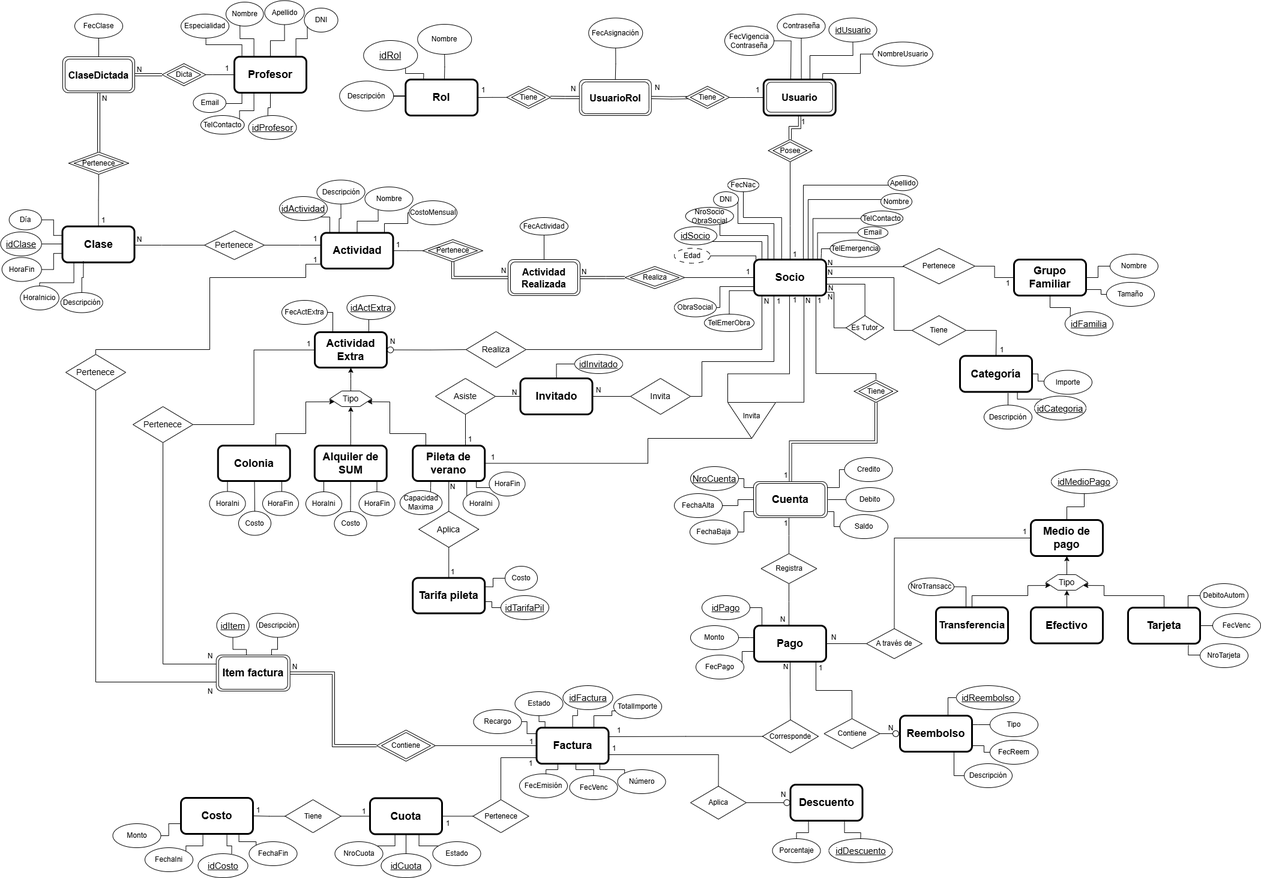
Above: DER.png in hernanferreras/Grupo6 (draw.io), before the change. Source tidied: cells renumbered, new cells last; positions are measured from the earlier drawing's top-left corner, leaving out a move shared by most shapes.
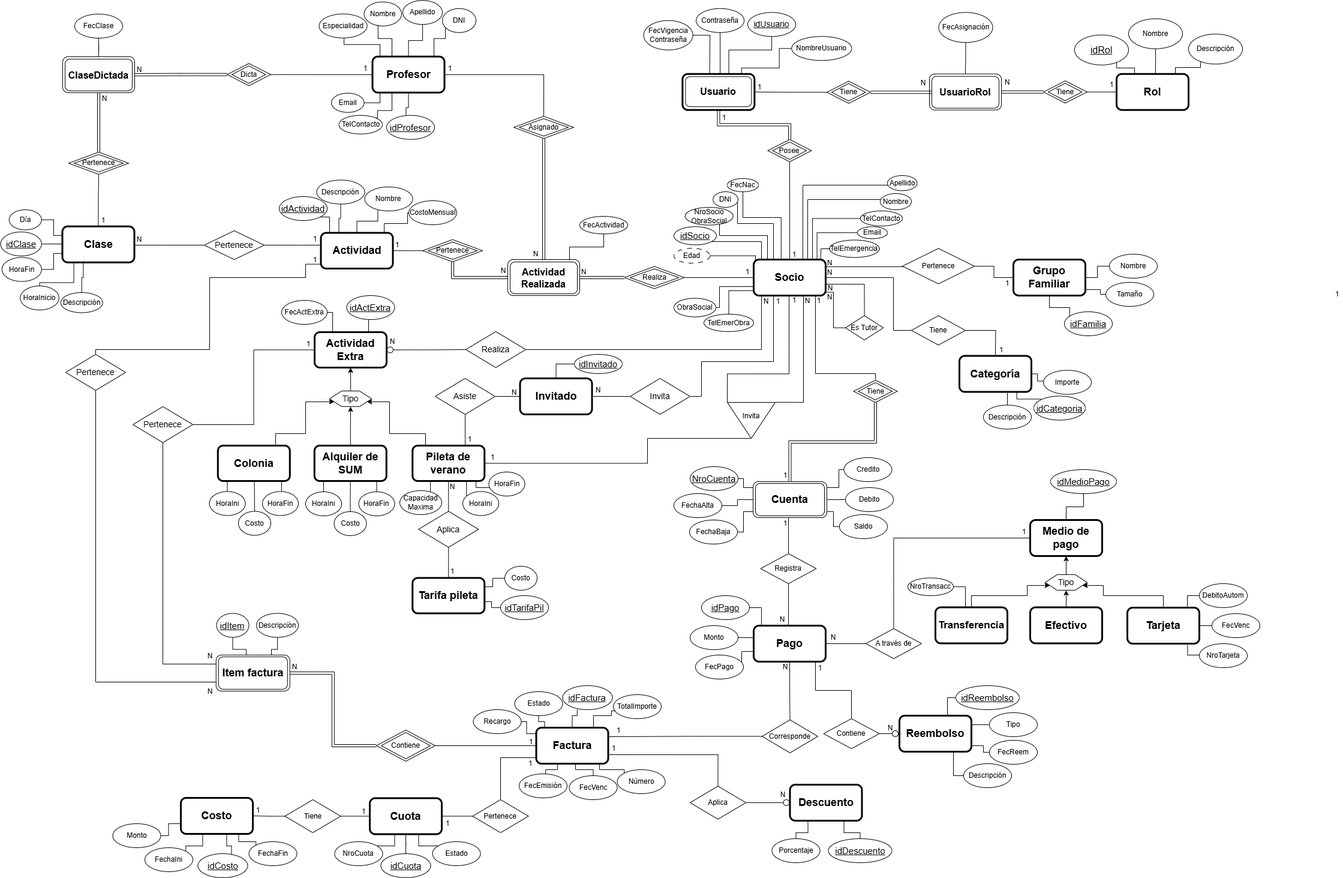
After the change.

What changed in the source:
```diff
@@ -4,24 +4,32 @@
     <mxCell id="1" parent="0" />
-    <mxCell id="2" style="edgeStyle=orthogonalEdgeStyle;rounded=0;jettySize=auto;html=1;entryX=1;entryY=0.5;entryDx=0;entryDy=0;endArrow=none;startFill=0;" parent="1" edge="1" source="3">
-      <mxGeometry relative="1" as="geometry">
-        <mxPoint x="1209.3" y="162" as="targetPoint" />
-      </mxGeometry>
-    </mxCell>
     <mxCell id="3" value="Usuario" style="rounded=1;whiteSpace=wrap;html=1;fontSize=18;strokeWidth=3;fontStyle=1;" parent="1" vertex="1">
-      <mxGeometry x="1270.8" y="132" width="120" height="60" as="geometry" />
+      <mxGeometry x="1136.4" y="122.8" width="120" height="60" as="geometry" />
     </mxCell>
+    <mxCell id="382" style="edgeStyle=orthogonalEdgeStyle;rounded=0;jettySize=auto;html=1;endArrow=none;startFill=0;" parent="1" edge="1" source="4">
+      <mxGeometry relative="1" as="geometry">
+        <mxPoint x="2000" y="102" as="targetPoint" />
+        <Array as="points">
+          <mxPoint x="1958" y="112" />
+          <mxPoint x="2000" y="112" />
+          <mxPoint x="2000" y="105" />
+        </Array>
+      </mxGeometry>
+    </mxCell>
+    <mxCell id="383" style="edgeStyle=orthogonalEdgeStyle;rounded=0;jettySize=auto;html=1;entryX=1;entryY=0.5;entryDx=0;entryDy=0;endArrow=none;startFill=0;" parent="1" edge="1" source="4" target="391">
+      <mxGeometry relative="1" as="geometry" />
+    </mxCell>
     <mxCell id="4" value="Rol" style="rounded=1;whiteSpace=wrap;html=1;fontSize=18;strokeWidth=3;fontStyle=1;" parent="1" vertex="1">
-      <mxGeometry x="674.2" y="132" width="120" height="60" as="geometry" />
+      <mxGeometry x="1860" y="122.8" width="120" height="60" as="geometry" />
     </mxCell>
     <mxCell id="5" value="N" style="text;html=1;align=center;verticalAlign=middle;whiteSpace=wrap;rounded=0;" parent="1" vertex="1">
-      <mxGeometry x="943.8" y="137.5" width="20" height="20" as="geometry" />
+      <mxGeometry x="1528" y="128.2" width="20" height="20" as="geometry" />
     </mxCell>
     <mxCell id="6" value="N" style="text;html=1;align=center;verticalAlign=middle;whiteSpace=wrap;rounded=0;" parent="1" vertex="1">
-      <mxGeometry x="1083.8" y="136" width="20" height="20" as="geometry" />
+      <mxGeometry x="1668" y="126.8" width="20" height="20" as="geometry" />
     </mxCell>
     <mxCell id="7" value="&lt;span&gt;FecVigencia&lt;/span&gt;&lt;div&gt;&lt;span&gt;Contraseña&lt;/span&gt;&lt;/div&gt;" style="ellipse;whiteSpace=wrap;html=1;fontSize=12;" parent="1" vertex="1">
-      <mxGeometry x="1206" y="43" width="82" height="49" as="geometry" />
+      <mxGeometry x="1071.6" y="33.8" width="82" height="49" as="geometry" />
     </mxCell>
     <mxCell id="8" value="Contraseña" style="ellipse;whiteSpace=wrap;html=1;fontSize=12;" parent="1" vertex="1">
-      <mxGeometry x="1293.5" y="23" width="80" height="40" as="geometry" />
+      <mxGeometry x="1159.1" y="13.8" width="80" height="40" as="geometry" />
     </mxCell>
@@ -30,5 +38,5 @@
         <Array as="points">
-          <mxPoint x="1432" y="90" />
-          <mxPoint x="1432" y="122" />
-          <mxPoint x="1369" y="122" />
+          <mxPoint x="1297.6" y="80.8" />
+          <mxPoint x="1297.6" y="112.8" />
+          <mxPoint x="1234.6" y="112.8" />
         </Array>
@@ -37,3 +45,3 @@
     <mxCell id="10" value="NombreUsuario" style="ellipse;whiteSpace=wrap;html=1;fontSize=12;" parent="1" vertex="1">
-      <mxGeometry x="1452.8" y="69.5" width="100" height="40" as="geometry" />
+      <mxGeometry x="1318.4" y="60.2" width="100" height="40" as="geometry" />
     </mxCell>
@@ -41,6 +49,6 @@
       <mxGeometry relative="1" as="geometry">
-        <mxPoint x="1348" y="131" as="targetPoint" />
+        <mxPoint x="1213.6" y="121.8" as="targetPoint" />
         <Array as="points">
-          <mxPoint x="1419" y="92" />
-          <mxPoint x="1348" y="92" />
+          <mxPoint x="1284.6" y="82.8" />
+          <mxPoint x="1213.6" y="82.8" />
         </Array>
@@ -49,3 +57,3 @@
     <mxCell id="12" value="&lt;font style=&quot;font-size: 14px;&quot;&gt;&lt;u&gt;idUsuario&lt;/u&gt;&lt;/font&gt;" style="ellipse;whiteSpace=wrap;html=1;fontSize=12;" parent="1" vertex="1">
-      <mxGeometry x="1379.5" y="29.5" width="80" height="40" as="geometry" />
+      <mxGeometry x="1245.1" y="20.2" width="80" height="40" as="geometry" />
     </mxCell>
@@ -54,3 +62,3 @@
         <Array as="points">
-          <mxPoint x="1334" y="132" />
+          <mxPoint x="1199.6" y="122.8" />
         </Array>
@@ -60,3 +68,3 @@
       <mxGeometry relative="1" as="geometry">
-        <mxPoint x="1316" y="131" as="targetPoint" />
+        <mxPoint x="1181.6" y="121.8" as="targetPoint" />
       </mxGeometry>
@@ -66,5 +74,5 @@
         <Array as="points">
-          <mxPoint x="674.2" y="110" />
-          <mxPoint x="674.2" y="122" />
-          <mxPoint x="704.2" y="122" />
+          <mxPoint x="1860" y="100.8" />
+          <mxPoint x="1860" y="112.8" />
+          <mxPoint x="1890" y="112.8" />
         </Array>
@@ -73,9 +81,9 @@
     <mxCell id="16" value="&lt;font style=&quot;font-size: 16px;&quot;&gt;&lt;u&gt;idRol&lt;/u&gt;&lt;/font&gt;" style="ellipse;whiteSpace=wrap;html=1;fontSize=12;" parent="1" vertex="1">
-      <mxGeometry x="604.2" y="67" width="90" height="50" as="geometry" />
+      <mxGeometry x="1790" y="57.8" width="90" height="50" as="geometry" />
     </mxCell>
     <mxCell id="17" value="Nombre" style="ellipse;whiteSpace=wrap;html=1;fontSize=12;" parent="1" vertex="1">
-      <mxGeometry x="694.2" y="40" width="90" height="50" as="geometry" />
+      <mxGeometry x="1880" y="30.8" width="90" height="50" as="geometry" />
     </mxCell>
     <mxCell id="18" value="Descripción" style="ellipse;whiteSpace=wrap;html=1;fontSize=12;" parent="1" vertex="1">
-      <mxGeometry x="564.2" y="134.5" width="90" height="50" as="geometry" />
+      <mxGeometry x="1980" y="56.2" width="90" height="50" as="geometry" />
     </mxCell>
@@ -84,16 +92,10 @@
     </mxCell>
-    <mxCell id="20" style="edgeStyle=orthogonalEdgeStyle;rounded=0;jettySize=auto;html=1;entryX=0;entryY=0.458;entryDx=0;entryDy=0;entryPerimeter=0;endArrow=none;startFill=0;" parent="1" edge="1" source="18" target="4">
-      <mxGeometry relative="1" as="geometry" />
-    </mxCell>
-    <mxCell id="21" style="edgeStyle=orthogonalEdgeStyle;rounded=0;jettySize=auto;html=1;entryX=1;entryY=0.5;entryDx=0;entryDy=0;endArrow=none;startFill=0;shape=link;" parent="1" edge="1" source="22" target="110">
-      <mxGeometry relative="1" as="geometry" />
-    </mxCell>
     <mxCell id="22" style="rounded=1;whiteSpace=wrap;html=1;strokeWidth=1;strokeColor=default;" parent="1" vertex="1">
-      <mxGeometry x="963.8" y="132" width="120" height="60" as="geometry" />
+      <mxGeometry x="1548" y="122.8" width="120" height="60" as="geometry" />
     </mxCell>
     <mxCell id="23" value="1" style="text;html=1;align=center;verticalAlign=middle;whiteSpace=wrap;rounded=0;" parent="1" vertex="1">
-      <mxGeometry x="794.2" y="139.5" width="20" height="20" as="geometry" />
+      <mxGeometry x="1842" y="130.8" width="20" height="20" as="geometry" />
     </mxCell>
     <mxCell id="24" value="1" style="text;html=1;align=center;verticalAlign=middle;whiteSpace=wrap;rounded=0;" parent="1" vertex="1">
-      <mxGeometry x="1250.8" y="139.5" width="20" height="20" as="geometry" />
+      <mxGeometry x="2218" y="480" width="20" height="20" as="geometry" />
     </mxCell>
@@ -103,6 +105,9 @@
     <mxCell id="26" value="FecAsignación" style="ellipse;whiteSpace=wrap;html=1;fontSize=12;" parent="1" vertex="1">
-      <mxGeometry x="979.2" y="29.5" width="90" height="50" as="geometry" />
+      <mxGeometry x="1563.5" y="20.2" width="90" height="50" as="geometry" />
     </mxCell>
+    <mxCell id="384" style="edgeStyle=orthogonalEdgeStyle;rounded=0;jettySize=auto;html=1;entryX=1;entryY=0.5;entryDx=0;entryDy=0;endArrow=none;startFill=0;shape=link;" parent="1" edge="1" source="27" target="113">
+      <mxGeometry relative="1" as="geometry" />
+    </mxCell>
     <mxCell id="27" value="&lt;font style=&quot;font-size: 16px;&quot;&gt;UsuarioRol&lt;/font&gt;" style="rounded=1;whiteSpace=wrap;html=1;strokeWidth=1;strokeColor=default;fontStyle=1;" parent="1" vertex="1">
-      <mxGeometry x="967.8" y="136" width="112" height="53" as="geometry" />
+      <mxGeometry x="1552" y="126.8" width="112" height="53" as="geometry" />
     </mxCell>
@@ -111,5 +116,5 @@
         <Array as="points">
-          <mxPoint x="401.5" y="74" />
-          <mxPoint x="341.5" y="74" />
-          <mxPoint x="341.5" y="63" />
+          <mxPoint x="632" y="73.8" />
+          <mxPoint x="572" y="73.8" />
+          <mxPoint x="572" y="62.8" />
         </Array>
@@ -117,6 +122,4 @@
     </mxCell>
-    <mxCell id="29" style="edgeStyle=orthogonalEdgeStyle;rounded=0;jettySize=auto;html=1;entryX=1;entryY=0.5;entryDx=0;entryDy=0;endArrow=none;startFill=0;" parent="1" edge="1" source="33">
-      <mxGeometry relative="1" as="geometry">
-        <mxPoint x="315" y="124" as="targetPoint" />
-      </mxGeometry>
+    <mxCell id="29" style="edgeStyle=orthogonalEdgeStyle;rounded=0;jettySize=auto;html=1;entryX=1;entryY=0.5;entryDx=0;entryDy=0;endArrow=none;startFill=0;" parent="1" edge="1" source="33" target="293">
+      <mxGeometry relative="1" as="geometry" />
     </mxCell>
@@ -125,3 +128,3 @@
         <Array as="points">
-          <mxPoint x="401.5" y="172" />
+          <mxPoint x="632" y="171.8" />
         </Array>
@@ -132,4 +135,4 @@
         <Array as="points">
-          <mxPoint x="421.5" y="184" />
-          <mxPoint x="397.5" y="184" />
+          <mxPoint x="652" y="183.8" />
+          <mxPoint x="628" y="183.8" />
         </Array>
@@ -140,7 +143,10 @@
     </mxCell>
+    <mxCell id="385" style="edgeStyle=orthogonalEdgeStyle;rounded=0;jettySize=auto;html=1;entryX=0.5;entryY=0;entryDx=0;entryDy=0;endArrow=none;startFill=0;" parent="1" edge="1" source="33" target="388">
+      <mxGeometry relative="1" as="geometry" />
+    </mxCell>
     <mxCell id="33" value="Profesor" style="rounded=1;whiteSpace=wrap;html=1;fontSize=18;strokeWidth=3;fontStyle=1;" parent="1" vertex="1">
-      <mxGeometry x="389" y="94" width="120" height="60" as="geometry" />
+      <mxGeometry x="619.5" y="93.8" width="120" height="60" as="geometry" />
     </mxCell>
     <mxCell id="34" value="Especialidad" style="ellipse;whiteSpace=wrap;html=1;fontSize=12;" parent="1" vertex="1">
-      <mxGeometry x="300" y="23" width="80" height="40" as="geometry" />
+      <mxGeometry x="530.5" y="22.8" width="80" height="40" as="geometry" />
     </mxCell>
@@ -180,3 +186,3 @@
     <mxCell id="45" value="1" style="text;html=1;align=center;verticalAlign=middle;whiteSpace=wrap;rounded=0;" parent="1" vertex="1">
-      <mxGeometry x="367" y="104" width="20" height="20" as="geometry" />
+      <mxGeometry x="597.5" y="103.8" width="20" height="20" as="geometry" />
     </mxCell>
@@ -486,21 +492,10 @@
     </mxCell>
-    <mxCell id="109" style="edgeStyle=orthogonalEdgeStyle;rounded=0;jettySize=auto;html=1;endArrow=none;startFill=0;entryX=1;entryY=0.5;entryDx=0;entryDy=0;" parent="1" edge="1" source="110" target="4">
-      <mxGeometry relative="1" as="geometry" />
-    </mxCell>
-    <mxCell id="110" style="rhombus;whiteSpace=wrap;html=1;" parent="1" vertex="1">
-      <mxGeometry x="842.8" y="143.2" width="73" height="37" as="geometry" />
-    </mxCell>
-    <mxCell id="111" value="Tiene" style="rhombus;whiteSpace=wrap;html=1;" parent="1" vertex="1">
-      <mxGeometry x="850.8" y="147.2" width="56.5" height="29" as="geometry" />
-    </mxCell>
-    <mxCell id="112" style="edgeStyle=orthogonalEdgeStyle;rounded=0;jettySize=auto;html=1;entryX=1;entryY=0.5;entryDx=0;entryDy=0;endArrow=none;startFill=0;shape=link;" parent="1" edge="1" target="22">
-      <mxGeometry relative="1" as="geometry">
-        <mxPoint x="1150.9" y="162.1" as="sourcePoint" />
-      </mxGeometry>
-    </mxCell>
+    <mxCell id="386" style="edgeStyle=orthogonalEdgeStyle;rounded=0;jettySize=auto;html=1;entryX=1;entryY=0.5;entryDx=0;entryDy=0;endArrow=none;startFill=0;" parent="1" edge="1" source="113" target="3">
+      <mxGeometry relative="1" as="geometry" />
+    </mxCell>
     <mxCell id="113" style="rhombus;whiteSpace=wrap;html=1;" parent="1" vertex="1">
-      <mxGeometry x="1140.8" y="143.2" width="73" height="37" as="geometry" />
+      <mxGeometry x="1377" y="134.8" width="73" height="37" as="geometry" />
     </mxCell>
     <mxCell id="114" value="Tiene" style="rhombus;whiteSpace=wrap;html=1;" parent="1" vertex="1">
-      <mxGeometry x="1148.8" y="147.2" width="56.5" height="29" as="geometry" />
+      <mxGeometry x="1385" y="138.8" width="56.5" height="29" as="geometry" />
     </mxCell>
@@ -1243,6 +1238,6 @@
     <mxCell id="293" style="rhombus;whiteSpace=wrap;html=1;" parent="1" vertex="1">
-      <mxGeometry x="268.5" y="105.5" width="73" height="37" as="geometry" />
+      <mxGeometry x="377" y="105.2" width="73" height="37" as="geometry" />
     </mxCell>
     <mxCell id="294" value="Dicta" style="rhombus;whiteSpace=wrap;html=1;" parent="1" vertex="1">
-      <mxGeometry x="276.5" y="109.5" width="56.5" height="29" as="geometry" />
+      <mxGeometry x="385" y="109.2" width="56.5" height="29" as="geometry" />
     </mxCell>
@@ -1385,15 +1380,15 @@
     <mxCell id="325" value="1" style="text;html=1;align=center;verticalAlign=middle;whiteSpace=wrap;rounded=0;" parent="1" vertex="1">
-      <mxGeometry x="1326.8" y="194" width="20" height="17" as="geometry" />
+      <mxGeometry x="1196.4" y="187.8" width="20" height="17" as="geometry" />
     </mxCell>
     <mxCell id="326" value="Nombre" style="ellipse;whiteSpace=wrap;html=1;fontSize=12;" parent="1" vertex="1">
-      <mxGeometry x="375" y="3" width="62.5" height="40" as="geometry" />
+      <mxGeometry x="605.5" y="2.8" width="62.5" height="40" as="geometry" />
     </mxCell>
     <mxCell id="327" value="Apellido" style="ellipse;whiteSpace=wrap;html=1;fontSize=12;" parent="1" vertex="1">
-      <mxGeometry x="439.5" y="0.5" width="66" height="40" as="geometry" />
+      <mxGeometry x="670" y="0.2" width="66" height="40" as="geometry" />
     </mxCell>
     <mxCell id="328" value="TelContacto" style="ellipse;whiteSpace=wrap;html=1;fontSize=12;" parent="1" vertex="1">
-      <mxGeometry x="333" y="192" width="72.5" height="31" as="geometry" />
+      <mxGeometry x="563.5" y="191.8" width="72.5" height="31" as="geometry" />
     </mxCell>
     <mxCell id="329" value="Email" style="ellipse;whiteSpace=wrap;html=1;fontSize=12;" parent="1" vertex="1">
-      <mxGeometry x="320.5" y="155" width="54.5" height="32" as="geometry" />
+      <mxGeometry x="551" y="154.8" width="54.5" height="32" as="geometry" />
     </mxCell>
@@ -1401,3 +1396,3 @@
       <mxGeometry relative="1" as="geometry">
-        <mxPoint x="444.5" y="204" as="sourcePoint" />
+        <mxPoint x="675" y="203.8" as="sourcePoint" />
       </mxGeometry>
@@ -1405,7 +1400,4 @@
     <mxCell id="331" value="&lt;span style=&quot;font-size: 15px;&quot;&gt;idProfesor&lt;/span&gt;" style="ellipse;whiteSpace=wrap;html=1;fontSize=12;fontStyle=4;" parent="1" vertex="1">
-      <mxGeometry x="412.5" y="192" width="80" height="40" as="geometry" />
+      <mxGeometry x="643" y="191.8" width="80" height="40" as="geometry" />
     </mxCell>
-    <mxCell id="332" value="DNI" style="ellipse;whiteSpace=wrap;html=1;fontSize=12;" parent="1" vertex="1">
-      <mxGeometry x="505.5" y="13" width="56" height="40" as="geometry" />
-    </mxCell>
     <mxCell id="333" style="edgeStyle=orthogonalEdgeStyle;rounded=0;jettySize=auto;html=1;entryX=0.372;entryY=0.965;entryDx=0;entryDy=0;entryPerimeter=0;endArrow=none;startFill=0;" parent="1" edge="1" source="33" target="326">
@@ -1413,4 +1405,4 @@
         <Array as="points">
-          <mxPoint x="421.5" y="64" />
-          <mxPoint x="398.5" y="64" />
+          <mxPoint x="652" y="63.8" />
+          <mxPoint x="629" y="63.8" />
         </Array>
@@ -1420,6 +1412,6 @@
       <mxGeometry relative="1" as="geometry">
-        <mxPoint x="510.5" y="44" as="targetPoint" />
+        <mxPoint x="741" y="43.8" as="targetPoint" />
         <Array as="points">
-          <mxPoint x="491.5" y="64" />
-          <mxPoint x="510.5" y="64" />
+          <mxPoint x="722" y="63.8" />
+          <mxPoint x="741" y="63.8" />
         </Array>
@@ -1529,6 +1521,12 @@
     <mxCell id="359" style="edgeStyle=orthogonalEdgeStyle;rounded=0;jettySize=auto;html=1;entryX=0.5;entryY=0;entryDx=0;entryDy=0;endArrow=none;startFill=0;" parent="1" edge="1" source="360" target="350">
-      <mxGeometry relative="1" as="geometry" />
+      <mxGeometry relative="1" as="geometry">
+        <Array as="points">
+          <mxPoint x="1005" y="411" />
+          <mxPoint x="948" y="411" />
+          <mxPoint x="948" y="432" />
+        </Array>
+      </mxGeometry>
     </mxCell>
     <mxCell id="360" value="FecActividad" style="ellipse;whiteSpace=wrap;html=1;fontSize=12;" parent="1" vertex="1">
-      <mxGeometry x="865" y="362" width="80" height="29.2" as="geometry" />
+      <mxGeometry x="965" y="360" width="80" height="29.2" as="geometry" />
     </mxCell>
@@ -1624,3 +1622,3 @@
     <mxCell id="379" value="&lt;font style=&quot;font-size: 16px;&quot;&gt;Usuario&lt;/font&gt;" style="rounded=1;whiteSpace=wrap;html=1;strokeWidth=1;strokeColor=default;fontStyle=1;" parent="1" vertex="1">
-      <mxGeometry x="1275.8" y="136.5" width="110" height="50" as="geometry" />
+      <mxGeometry x="1141.4" y="127.2" width="110" height="50" as="geometry" />
     </mxCell>
@@ -1632,2 +1630,32 @@
     </mxCell>
+    <mxCell id="332" value="DNI" style="ellipse;whiteSpace=wrap;html=1;fontSize=12;" parent="1" vertex="1">
+      <mxGeometry x="736" y="13.8" width="56" height="40" as="geometry" />
+    </mxCell>
+    <mxCell id="387" style="edgeStyle=orthogonalEdgeStyle;rounded=0;jettySize=auto;html=1;entryX=0.5;entryY=0;entryDx=0;entryDy=0;endArrow=none;startFill=0;shape=link;" parent="1" edge="1" source="388" target="350">
+      <mxGeometry relative="1" as="geometry" />
+    </mxCell>
+    <mxCell id="388" style="rhombus;whiteSpace=wrap;html=1;" parent="1" vertex="1">
+      <mxGeometry x="855" y="193.2" width="100" height="37" as="geometry" />
+    </mxCell>
+    <mxCell id="389" value="Asignado" style="rhombus;whiteSpace=wrap;html=1;" parent="1" vertex="1">
+      <mxGeometry x="864" y="197.2" width="82" height="29" as="geometry" />
+    </mxCell>
+    <mxCell id="390" style="edgeStyle=orthogonalEdgeStyle;rounded=0;jettySize=auto;html=1;entryX=1;entryY=0.5;entryDx=0;entryDy=0;endArrow=none;startFill=0;shape=link;" parent="1" edge="1" source="391" target="22">
+      <mxGeometry relative="1" as="geometry" />
+    </mxCell>
+    <mxCell id="391" style="rhombus;whiteSpace=wrap;html=1;" parent="1" vertex="1">
+      <mxGeometry x="1738" y="134.2" width="73" height="37" as="geometry" />
+    </mxCell>
+    <mxCell id="111" value="Tiene" style="rhombus;whiteSpace=wrap;html=1;" parent="1" vertex="1">
+      <mxGeometry x="1746" y="138.2" width="56.5" height="29" as="geometry" />
+    </mxCell>
+    <mxCell id="392" value="1" style="text;html=1;align=center;verticalAlign=middle;whiteSpace=wrap;rounded=0;" parent="1" vertex="1">
+      <mxGeometry x="1255" y="135" width="20" height="20" as="geometry" />
+    </mxCell>
+    <mxCell id="393" value="N" style="text;html=1;align=center;verticalAlign=middle;whiteSpace=wrap;rounded=0;" parent="1" vertex="1">
+      <mxGeometry x="882" y="414.8" width="20" height="17" as="geometry" />
+    </mxCell>
+    <mxCell id="394" value="1" style="text;html=1;align=center;verticalAlign=middle;whiteSpace=wrap;rounded=0;" parent="1" vertex="1">
+      <mxGeometry x="739" y="105.8" width="20" height="17" as="geometry" />
+    </mxCell>
   </root>
```
